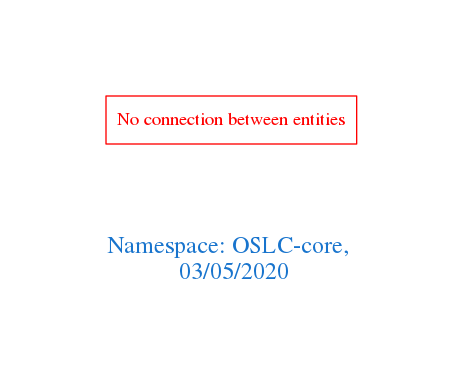
The Graphviz diagram downloads/OSLC-core.png in arago/OGIT, before a commit. Its source is kept beside it as downloads/OSLC-core.dot.
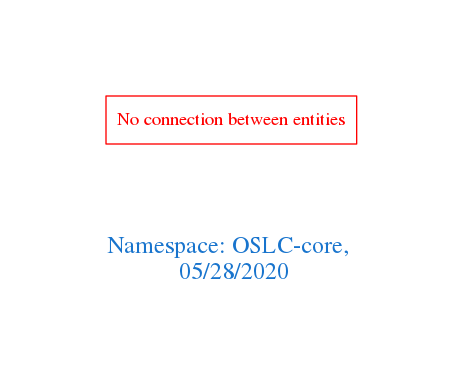
After the change.

What changed in the source:
```diff
@@ -1,7 +1,7 @@
 digraph OGIT_ontology {
  graph [ rankdir= LR,pad=1
 fontsize = 18,
-fontcolor= dodgerblue3,label = "\n\n\nNamespace: OSLC-core, \n 03/05/2020"];
+fontcolor= dodgerblue3,label = "\n\n\nNamespace: OSLC-core, \n 05/28/2020"];
 node[shape=polygon];
 edge [  color="gray81"];
 
```
